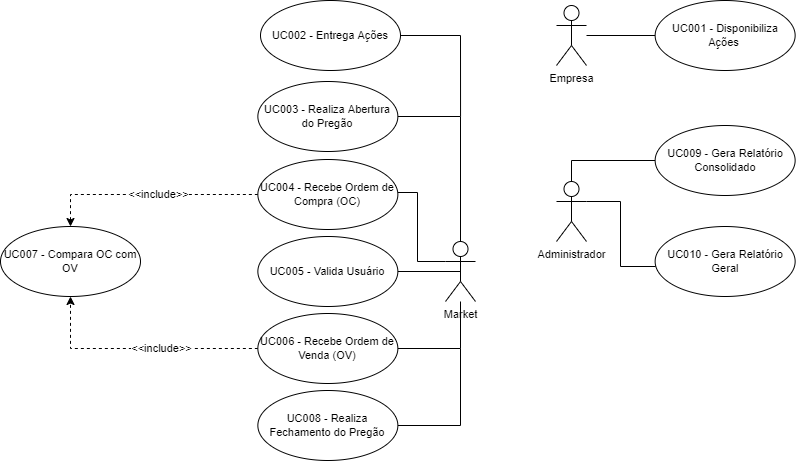
Earlier version of the draw.io export dealbroker/casos-de-uso/diagram-usecases.png (milenatteixeira/stockfei). Source tidied: cells renumbered, new cells last; positions are measured from the earlier drawing's top-left corner, leaving out a move shared by most shapes.
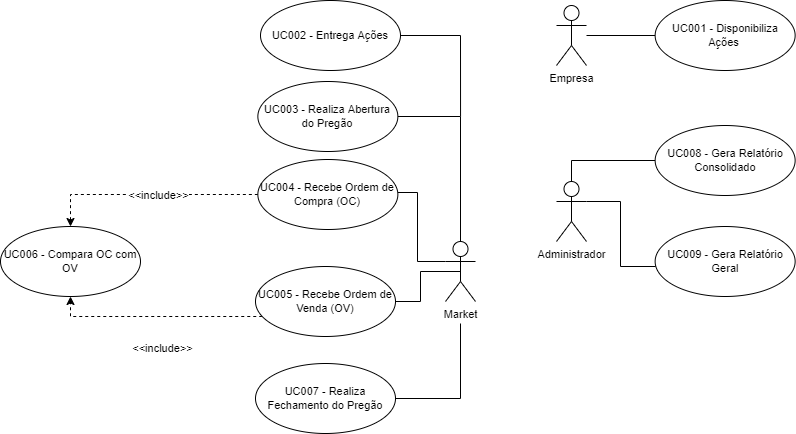
The same diagram one commit later.

Change to the diagram source:
```diff
@@ -39,28 +39,26 @@
     <mxCell id="11" value="UC004&amp;nbsp;- Recebe Ordem de Compra (OC)" style="ellipse;whiteSpace=wrap;html=1;hachureGap=4;fontFamily=Helvetica;fontSize=11;fontColor=default;" parent="1" vertex="1">
       <mxGeometry x="257.4" y="159" width="140" height="70" as="geometry" />
     </mxCell>
-    <mxCell id="12" style="rounded=0;jettySize=auto;html=1;endArrow=none;endFill=0;entryX=0.5;entryY=0.5;entryDx=0;entryDy=0;entryPerimeter=0;" parent="1" edge="1" source="13" target="5">
-      <mxGeometry relative="1" as="geometry" />
-    </mxCell>
-    <mxCell id="13" value="UC005 - Valida Usuário" style="ellipse;whiteSpace=wrap;html=1;hachureGap=4;fontFamily=Helvetica;fontSize=11;fontColor=default;" parent="1" vertex="1">
-      <mxGeometry x="257.4" y="236" width="140" height="70" as="geometry" />
-    </mxCell>
-    <mxCell id="14" style="edgeStyle=orthogonalEdgeStyle;rounded=0;jettySize=auto;html=1;endArrow=none;endFill=0;" parent="1" edge="1" source="16" target="5">
+    <mxCell id="14" style="edgeStyle=orthogonalEdgeStyle;rounded=0;jettySize=auto;html=1;endArrow=none;endFill=0;entryX=0.5;entryY=0.5;entryDx=0;entryDy=0;entryPerimeter=0;" parent="1" edge="1" source="16" target="5">
       <mxGeometry relative="1" as="geometry" />
     </mxCell>
     <mxCell id="15" style="edgeStyle=orthogonalEdgeStyle;rounded=0;jettySize=auto;html=1;entryX=0.5;entryY=1;entryDx=0;entryDy=0;dashed=1;" parent="1" edge="1" source="16" target="26">
-      <mxGeometry relative="1" as="geometry" />
+      <mxGeometry relative="1" as="geometry">
+        <Array as="points">
+          <mxPoint x="70" y="316" />
+        </Array>
+      </mxGeometry>
     </mxCell>
-    <mxCell id="16" value="UC006 - Recebe Ordem de Venda (OV)" style="ellipse;whiteSpace=wrap;html=1;hachureGap=4;fontFamily=Helvetica;fontSize=11;fontColor=default;" parent="1" vertex="1">
-      <mxGeometry x="257.4" y="313" width="140" height="70" as="geometry" />
+    <mxCell id="16" value="UC005 - Recebe Ordem de Venda (OV)" style="ellipse;whiteSpace=wrap;html=1;hachureGap=4;fontFamily=Helvetica;fontSize=11;fontColor=default;" parent="1" vertex="1">
+      <mxGeometry x="255" y="266" width="140" height="70" as="geometry" />
     </mxCell>
     <mxCell id="17" style="edgeStyle=orthogonalEdgeStyle;rounded=0;jettySize=auto;html=1;endArrow=none;endFill=0;" parent="1" edge="1" source="18">
       <mxGeometry relative="1" as="geometry">
-        <mxPoint x="460" y="348" as="targetPoint" />
+        <mxPoint x="460" y="323" as="targetPoint" />
       </mxGeometry>
     </mxCell>
-    <mxCell id="18" value="UC008 - Realiza Fechamento do Pregão" style="ellipse;whiteSpace=wrap;html=1;hachureGap=4;fontFamily=Helvetica;fontSize=11;fontColor=default;" parent="1" vertex="1">
-      <mxGeometry x="257.4" y="390" width="140" height="70" as="geometry" />
+    <mxCell id="18" value="UC007 - Realiza Fechamento do Pregão" style="ellipse;whiteSpace=wrap;html=1;hachureGap=4;fontFamily=Helvetica;fontSize=11;fontColor=default;" parent="1" vertex="1">
+      <mxGeometry x="255" y="363" width="140" height="70" as="geometry" />
     </mxCell>
     <mxCell id="19" style="edgeStyle=orthogonalEdgeStyle;rounded=0;jettySize=auto;html=1;endArrow=none;endFill=0;" parent="1" edge="1" source="20">
       <mxGeometry relative="1" as="geometry">
@@ -76,7 +74,7 @@
     <mxCell id="22" style="edgeStyle=orthogonalEdgeStyle;rounded=0;jettySize=auto;html=1;entryX=0.5;entryY=0;entryDx=0;entryDy=0;entryPerimeter=0;endArrow=none;endFill=0;" parent="1" edge="1" source="23" target="21">
       <mxGeometry relative="1" as="geometry" />
     </mxCell>
-    <mxCell id="23" value="UC009 - Gera Relatório Consolidado" style="ellipse;whiteSpace=wrap;html=1;hachureGap=4;fontFamily=Helvetica;fontSize=11;fontColor=default;" parent="1" vertex="1">
+    <mxCell id="23" value="UC008 - Gera Relatório Consolidado" style="ellipse;whiteSpace=wrap;html=1;hachureGap=4;fontFamily=Helvetica;fontSize=11;fontColor=default;" parent="1" vertex="1">
       <mxGeometry x="654.6" y="125" width="140" height="70" as="geometry" />
     </mxCell>
     <mxCell id="24" style="edgeStyle=orthogonalEdgeStyle;rounded=0;jettySize=auto;html=1;endArrow=none;endFill=0;" parent="1" edge="1" source="25" target="21">
@@ -87,10 +85,10 @@
         </Array>
       </mxGeometry>
     </mxCell>
-    <mxCell id="25" value="UC010 - Gera Relatório Geral" style="ellipse;whiteSpace=wrap;html=1;hachureGap=4;fontFamily=Helvetica;fontSize=11;fontColor=default;" parent="1" vertex="1">
+    <mxCell id="25" value="UC009 - Gera Relatório Geral" style="ellipse;whiteSpace=wrap;html=1;hachureGap=4;fontFamily=Helvetica;fontSize=11;fontColor=default;" parent="1" vertex="1">
       <mxGeometry x="654.6" y="226" width="140" height="70" as="geometry" />
     </mxCell>
-    <mxCell id="26" value="UC007 - Compara OC com OV" style="ellipse;whiteSpace=wrap;html=1;hachureGap=4;fontFamily=Helvetica;fontSize=11;fontColor=default;" parent="1" vertex="1">
+    <mxCell id="26" value="UC006 - Compara OC com OV" style="ellipse;whiteSpace=wrap;html=1;hachureGap=4;fontFamily=Helvetica;fontSize=11;fontColor=default;" parent="1" vertex="1">
       <mxGeometry y="226" width="140" height="70" as="geometry" />
     </mxCell>
     <mxCell id="27" value="&amp;lt;&amp;lt;include&amp;gt;&amp;gt;" style="edgeLabel;html=1;align=center;verticalAlign=middle;" parent="1" vertex="1">
```
